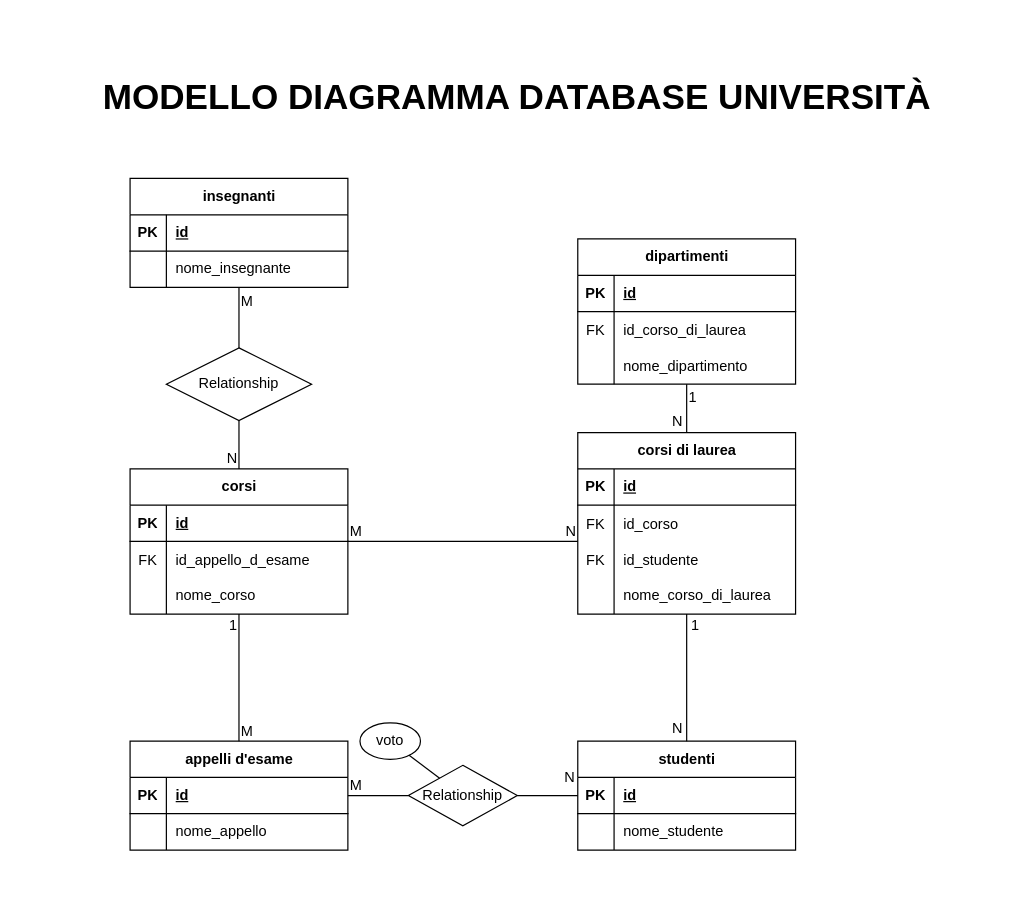
This is Diagramma senza titolo.drawio from TeoFanta99/db-university, a draw.io file, before an edit. Source tidied: cells renumbered, new cells numbered last; positions are measured from the earlier drawing's top-left corner, leaving out a move shared by most shapes. Both pictures are drawn from the tidied source at 121%, with x=0, y=0 at pixel (21, 21).
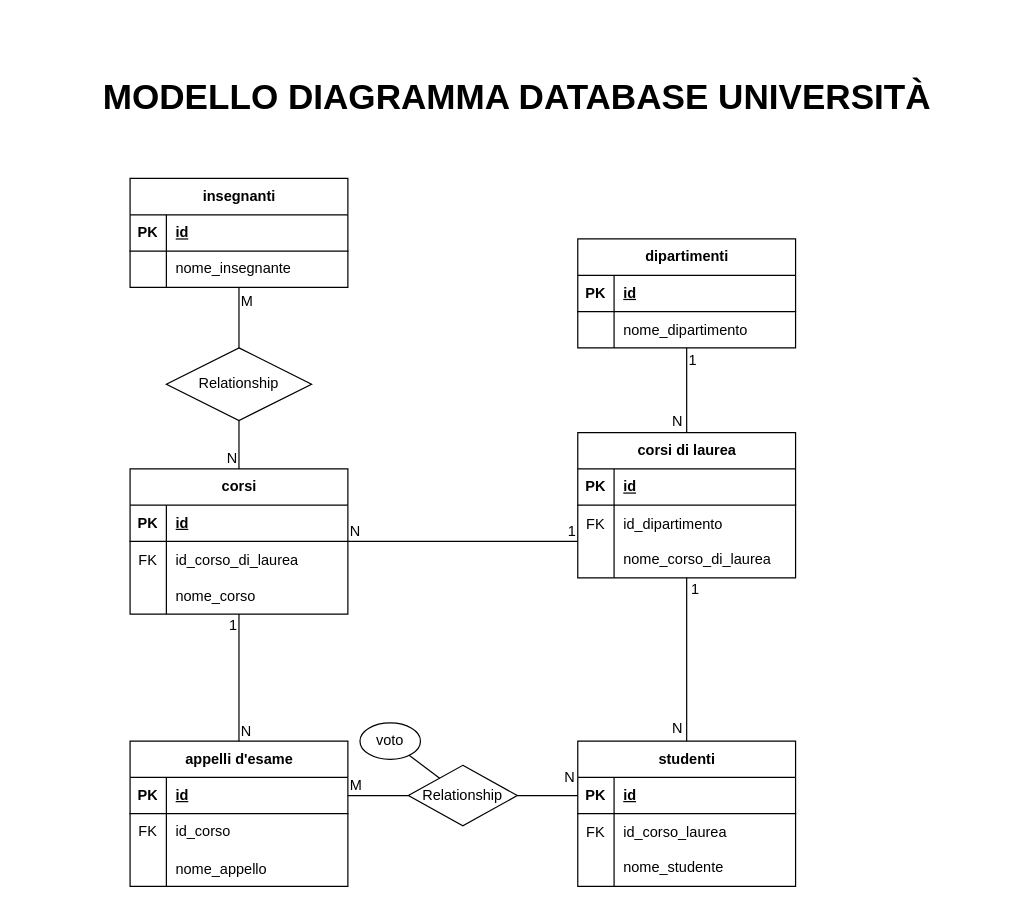
After the change.

The change refers to these unchanged cells:
```xml
<mxCell id="6" style="shape=tableRow;horizontal=0;startSize=0;swimlaneHead=0;swimlaneBody=0;fillColor=none;top=0;left=0;right=0;bottom=0;" parent="2" vertex="1">
  <mxGeometry y="60" width="180" height="30" as="geometry" />
</mxCell>
<mxCell id="15" value="corsi" style="shape=table;startSize=30;childLayout=tableLayout;rowLines=0;fontStyle=1;align=center;html=1;" parent="1" vertex="1">
  <mxGeometry x="90" y="370" width="180" height="120" as="geometry" />
</mxCell>
<mxCell id="42" style="shape=tableRow;horizontal=0;startSize=0;swimlaneHead=0;swimlaneBody=0;fillColor=none;top=0;left=0;right=0;bottom=0;" parent="38" vertex="1">
  <mxGeometry y="60" width="180" height="30" as="geometry" />
</mxCell>
<mxCell id="77" style="endArrow=none;html=1;rounded=0;" parent="1" edge="1" source="15">
  <mxGeometry relative="1" as="geometry">
    <mxPoint x="460" y="430" as="targetPoint" />
  </mxGeometry>
</mxCell>
```

The edit, as a diff of the source:
```diff
@@
     <mxCell id="2" value="corsi di laurea" style="shape=table;startSize=30;childLayout=tableLayout;rowLines=0;fontStyle=1;align=center;html=1;" parent="1" vertex="1">
-      <mxGeometry x="460" y="340" width="180" height="150" as="geometry" />
+      <mxGeometry x="460" y="340" width="180" height="120" as="geometry" />
     </mxCell>
@@
-    <mxCell id="8" value="id_corso" style="shape=partialRectangle;fillColor=none;top=0;left=0;bottom=0;right=0;align=left;spacingLeft=6;overflow=hidden;" parent="6" vertex="1">
+    <mxCell id="8" value="id_dipartimento" style="shape=partialRectangle;fillColor=none;top=0;left=0;bottom=0;right=0;align=left;spacingLeft=6;overflow=hidden;" parent="6" vertex="1">
       <mxGeometry x="30" width="150" height="30" as="geometry" />
     </mxCell>
-    <mxCell id="9" style="shape=tableRow;horizontal=0;startSize=0;swimlaneHead=0;swimlaneBody=0;fillColor=none;top=0;left=0;right=0;bottom=0;" parent="2" vertex="1">
-      <mxGeometry y="90" width="180" height="30" as="geometry" />
-    </mxCell>
-    <mxCell id="10" value="FK" style="shape=partialRectangle;fillColor=none;top=0;left=0;bottom=0;right=0;overflow=hidden;" parent="9" vertex="1">
-      <mxGeometry width="30" height="30" as="geometry" />
-    </mxCell>
-    <mxCell id="11" value="id_studente" style="shape=partialRectangle;fillColor=none;top=0;left=0;bottom=0;right=0;align=left;spacingLeft=6;overflow=hidden;" parent="9" vertex="1">
-      <mxGeometry x="30" width="150" height="30" as="geometry" />
-    </mxCell>
     <mxCell id="12" style="shape=tableRow;horizontal=0;startSize=0;swimlaneHead=0;swimlaneBody=0;fillColor=none;points=[[0,0.5],[1,0.5]];portConstraint=eastwest;top=0;left=0;right=0;bottom=0;" parent="2" vertex="1">
-      <mxGeometry y="120" width="180" height="30" as="geometry" />
+      <mxGeometry y="90" width="180" height="30" as="geometry" />
     </mxCell>
@@
+    <mxCell id="81" style="shape=tableRow;horizontal=0;startSize=0;swimlaneHead=0;swimlaneBody=0;fillColor=none;top=0;left=0;right=0;bottom=0;" parent="15" vertex="1">
+      <mxGeometry y="60" width="180" height="30" as="geometry" />
+    </mxCell>
+    <mxCell id="82" value="FK" style="shape=partialRectangle;fillColor=none;top=0;left=0;bottom=0;right=0;overflow=hidden;" parent="81" vertex="1">
+      <mxGeometry width="30" height="30" as="geometry" />
+    </mxCell>
+    <mxCell id="31" value="id_corso_di_laurea" style="shape=partialRectangle;fillColor=none;top=0;left=0;bottom=0;right=0;align=left;spacingLeft=6;overflow=hidden;" parent="81" vertex="1">
+      <mxGeometry x="30" width="150" height="30" as="geometry" />
+    </mxCell>
     <mxCell id="19" style="shape=tableRow;horizontal=0;startSize=0;swimlaneHead=0;swimlaneBody=0;fillColor=none;points=[[0,0.5],[1,0.5]];portConstraint=eastwest;top=0;left=0;right=0;bottom=0;" parent="15" vertex="1">
-      <mxGeometry y="60" width="180" height="30" as="geometry" />
+      <mxGeometry y="90" width="180" height="30" as="geometry" />
     </mxCell>
-    <mxCell id="20" value="FK" style="shape=partialRectangle;fillColor=none;top=0;left=0;bottom=0;right=0;overflow=hidden;" parent="19" vertex="1">
+    <mxCell id="20" style="shape=partialRectangle;fillColor=none;top=0;left=0;bottom=0;right=0;overflow=hidden;" parent="19" vertex="1">
       <mxGeometry width="30" height="30" as="geometry" />
     </mxCell>
-    <mxCell id="21" value="id_appello_d_esame" style="shape=partialRectangle;fillColor=none;top=0;left=0;bottom=0;right=0;align=left;spacingLeft=6;overflow=hidden;" parent="19" vertex="1">
+    <mxCell id="21" value="nome_corso" style="shape=partialRectangle;fillColor=none;top=0;left=0;bottom=0;right=0;align=left;spacingLeft=6;overflow=hidden;" parent="19" vertex="1">
       <mxGeometry x="30" width="150" height="30" as="geometry" />
     </mxCell>
-    <mxCell id="22" style="shape=tableRow;horizontal=0;startSize=0;swimlaneHead=0;swimlaneBody=0;fillColor=none;points=[[0,0.5],[1,0.5]];portConstraint=eastwest;top=0;left=0;right=0;bottom=0;" parent="15" vertex="1">
-      <mxGeometry y="90" width="180" height="30" as="geometry" />
-    </mxCell>
-    <mxCell id="23" style="shape=partialRectangle;fillColor=none;top=0;left=0;bottom=0;right=0;overflow=hidden;whiteSpace=wrap;html=1;" parent="22" vertex="1">
-      <mxGeometry width="30" height="30" as="geometry" />
-    </mxCell>
-    <mxCell id="24" value="nome_corso" style="shape=partialRectangle;fillColor=none;top=0;left=0;bottom=0;right=0;align=left;spacingLeft=6;overflow=hidden;whiteSpace=wrap;html=1;" parent="22" vertex="1">
-      <mxGeometry x="30" width="150" height="30" as="geometry" />
-    </mxCell>
     <mxCell id="25" value="dipartimenti" style="shape=table;startSize=30;childLayout=tableLayout;rowLines=0;fontStyle=1;align=center;html=1;" parent="1" vertex="1">
-      <mxGeometry x="460" y="180" width="180" height="120" as="geometry" />
+      <mxGeometry x="460" y="180" width="180" height="90" as="geometry" />
     </mxCell>
@@
-    <mxCell id="29" style="shape=tableRow;horizontal=0;startSize=0;swimlaneHead=0;swimlaneBody=0;fillColor=none;top=0;left=0;right=0;bottom=0;" parent="25" vertex="1">
-      <mxGeometry y="60" width="180" height="30" as="geometry" />
-    </mxCell>
-    <mxCell id="30" value="FK" style="shape=partialRectangle;fillColor=none;top=0;left=0;bottom=0;right=0;overflow=hidden;" parent="29" vertex="1">
-      <mxGeometry width="30" height="30" as="geometry" />
-    </mxCell>
-    <mxCell id="31" value="id_corso_di_laurea" style="shape=partialRectangle;fillColor=none;top=0;left=0;bottom=0;right=0;align=left;spacingLeft=6;overflow=hidden;" parent="29" vertex="1">
-      <mxGeometry x="30" width="150" height="30" as="geometry" />
-    </mxCell>
     <mxCell id="32" style="shape=tableRow;horizontal=0;startSize=0;swimlaneHead=0;swimlaneBody=0;fillColor=none;points=[[0,0.5],[1,0.5]];portConstraint=eastwest;top=0;left=0;right=0;bottom=0;" parent="25" vertex="1">
-      <mxGeometry y="90" width="180" height="30" as="geometry" />
+      <mxGeometry y="60" width="180" height="30" as="geometry" />
     </mxCell>
@@
     <mxCell id="38" value="appelli d'esame" style="shape=table;startSize=30;childLayout=tableLayout;rowLines=0;fontStyle=1;align=center;html=1;" parent="1" vertex="1">
-      <mxGeometry x="90" y="595" width="180" height="90" as="geometry" />
+      <mxGeometry x="90" y="595" width="180" height="120" as="geometry" />
     </mxCell>
@@
-    <mxCell id="43" style="shape=partialRectangle;fillColor=none;top=0;left=0;bottom=0;right=0;overflow=hidden;whiteSpace=wrap;html=1;" parent="42" vertex="1">
+    <mxCell id="43" value="FK" style="shape=partialRectangle;fillColor=none;top=0;left=0;bottom=0;right=0;overflow=hidden;whiteSpace=wrap;html=1;" parent="42" vertex="1">
       <mxGeometry width="30" height="30" as="geometry" />
     </mxCell>
-    <mxCell id="44" value="nome_appello" style="shape=partialRectangle;fillColor=none;top=0;left=0;bottom=0;right=0;align=left;spacingLeft=6;overflow=hidden;whiteSpace=wrap;html=1;" parent="42" vertex="1">
+    <mxCell id="44" value="id_corso" style="shape=partialRectangle;fillColor=none;top=0;left=0;bottom=0;right=0;align=left;spacingLeft=6;overflow=hidden;whiteSpace=wrap;html=1;" parent="42" vertex="1">
       <mxGeometry x="30" width="150" height="30" as="geometry" />
     </mxCell>
+    <mxCell id="83" style="shape=tableRow;horizontal=0;startSize=0;swimlaneHead=0;swimlaneBody=0;fillColor=none;top=0;left=0;right=0;bottom=0;" parent="38" vertex="1">
+      <mxGeometry y="90" width="180" height="30" as="geometry" />
+    </mxCell>
+    <mxCell id="84" style="shape=partialRectangle;fillColor=none;top=0;left=0;bottom=0;right=0;overflow=hidden;" parent="83" vertex="1">
+      <mxGeometry width="30" height="30" as="geometry" />
+    </mxCell>
+    <mxCell id="85" value="nome_appello" style="shape=partialRectangle;fillColor=none;top=0;left=0;bottom=0;right=0;align=left;spacingLeft=6;overflow=hidden;" parent="83" vertex="1">
+      <mxGeometry x="30" width="150" height="30" as="geometry" />
+    </mxCell>
     <mxCell id="45" value="studenti" style="shape=table;startSize=30;childLayout=tableLayout;rowLines=0;fontStyle=1;align=center;html=1;" parent="1" vertex="1">
-      <mxGeometry x="460" y="595" width="180" height="90" as="geometry" />
+      <mxGeometry x="460" y="595" width="180" height="120" as="geometry" />
     </mxCell>
@@
+    <mxCell id="86" style="shape=tableRow;horizontal=0;startSize=0;swimlaneHead=0;swimlaneBody=0;fillColor=none;top=0;left=0;right=0;bottom=0;" parent="45" vertex="1">
+      <mxGeometry y="60" width="180" height="30" as="geometry" />
+    </mxCell>
+    <mxCell id="87" value="FK" style="shape=partialRectangle;fillColor=none;top=0;left=0;bottom=0;right=0;overflow=hidden;" parent="86" vertex="1">
+      <mxGeometry width="30" height="30" as="geometry" />
+    </mxCell>
+    <mxCell id="88" value="id_corso_laurea" style="shape=partialRectangle;fillColor=none;top=0;left=0;bottom=0;right=0;align=left;spacingLeft=6;overflow=hidden;" parent="86" vertex="1">
+      <mxGeometry x="30" width="150" height="30" as="geometry" />
+    </mxCell>
     <mxCell id="49" style="shape=tableRow;horizontal=0;startSize=0;swimlaneHead=0;swimlaneBody=0;fillColor=none;top=0;left=0;right=0;bottom=0;" parent="45" vertex="1">
-      <mxGeometry y="60" width="180" height="30" as="geometry" />
+      <mxGeometry y="90" width="180" height="30" as="geometry" />
     </mxCell>
@@
-    <mxCell id="67" style="endArrow=none;html=1;rounded=0;exitX=0.5;exitY=0;exitDx=0;exitDy=0;" parent="1" edge="1" source="38" target="22">
+    <mxCell id="67" style="endArrow=none;html=1;rounded=0;exitX=0.5;exitY=0;exitDx=0;exitDy=0;" parent="1" edge="1" source="38" target="19">
       <mxGeometry relative="1" as="geometry" />
     </mxCell>
-    <mxCell id="68" value="M" style="html=1;whiteSpace=wrap;align=left;verticalAlign=bottom;" parent="67" vertex="1">
+    <mxCell id="68" value="N" style="html=1;whiteSpace=wrap;align=left;verticalAlign=bottom;" parent="67" vertex="1">
       <mxGeometry x="-1" relative="1" as="geometry" />
     </mxCell>
@@
-    <mxCell id="78" value="M" style="html=1;whiteSpace=wrap;align=left;verticalAlign=bottom;" parent="77" vertex="1">
+    <mxCell id="78" value="N" style="html=1;whiteSpace=wrap;align=left;verticalAlign=bottom;" parent="77" vertex="1">
       <mxGeometry x="-1" relative="1" as="geometry" />
     </mxCell>
-    <mxCell id="79" value="N" style="html=1;whiteSpace=wrap;align=right;verticalAlign=bottom;" parent="77" vertex="1">
+    <mxCell id="79" value="1" style="html=1;whiteSpace=wrap;align=right;verticalAlign=bottom;" parent="77" vertex="1">
       <mxGeometry x="1" relative="1" as="geometry" />
     </mxCell>
```
